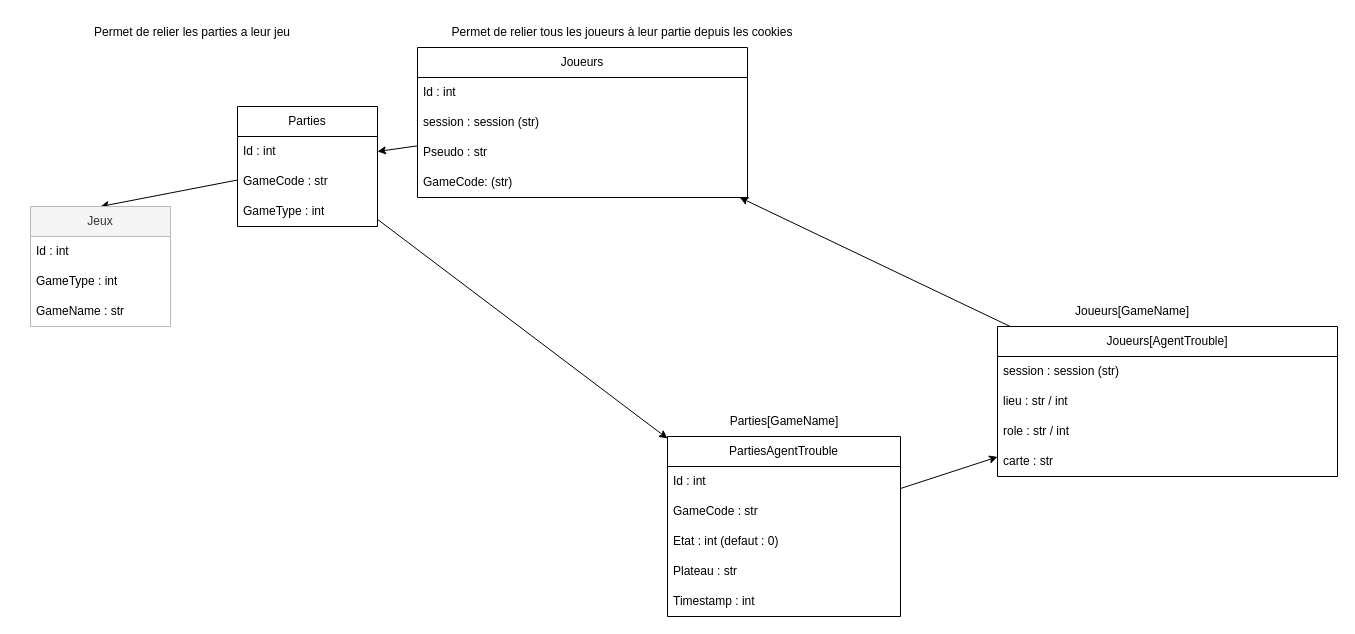
This is static/data/schemas.drawio from LeNonante/GameHub, a draw.io file, before an edit. Source tidied: cells renumbered, new cells numbered last; positions are measured from the earlier drawing's top-left corner, leaving out a move shared by most shapes. Both pictures are drawn from the tidied source at 100%, with x=0, y=0 at pixel (17, 17).
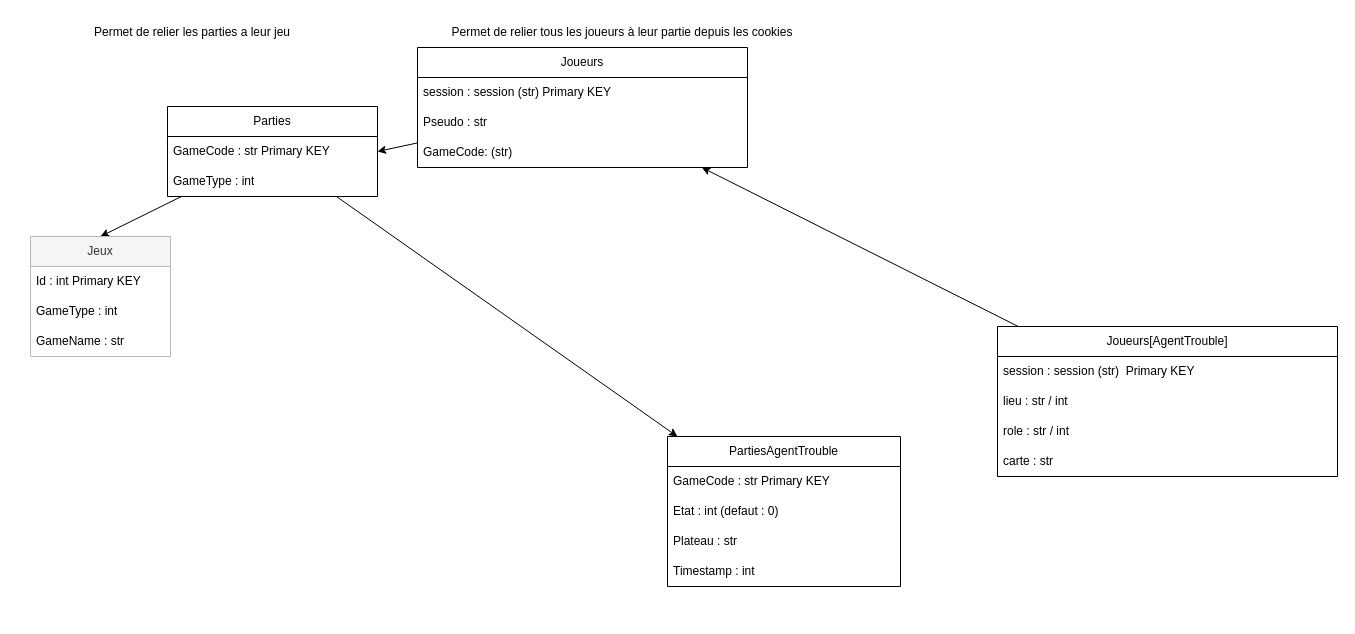
The same diagram, later.

The change refers to these unchanged cells:
```xml
<mxCell id="21" value="Joueurs[AgentTrouble]" style="swimlane;fontStyle=0;horizontal=1;startSize=30;whiteSpace=wrap;html=1;" parent="1" vertex="1">
  <mxGeometry x="980" y="309" width="340" height="150" as="geometry" />
</mxCell>
```

What changed in the source:
```diff
@@
     <mxCell id="4" value="Parties" style="swimlane;fontStyle=0;horizontal=1;startSize=30;whiteSpace=wrap;html=1;" parent="1" vertex="1">
-      <mxGeometry x="220" y="89" width="140" height="120" as="geometry" />
+      <mxGeometry x="150" y="89" width="210" height="90" as="geometry" />
     </mxCell>
-    <mxCell id="5" value="Id : int" style="text;strokeColor=none;fillColor=none;align=left;verticalAlign=middle;spacingLeft=4;spacingRight=4;overflow=hidden;points=[[0,0.5],[1,0.5]];portConstraint=eastwest;whiteSpace=wrap;html=1;" parent="4" vertex="1">
-      <mxGeometry y="30" width="140" height="30" as="geometry" />
-    </mxCell>
-    <mxCell id="6" value="GameCode : str" style="text;strokeColor=none;fillColor=none;align=left;verticalAlign=middle;spacingLeft=4;spacingRight=4;overflow=hidden;whiteSpace=wrap;html=1;" parent="4" vertex="1">
-      <mxGeometry y="60" width="140" height="30" as="geometry" />
+    <mxCell id="6" value="GameCode : str&amp;nbsp;&lt;span style=&quot;color: rgb(0, 0, 0);&quot;&gt;Primary KEY&lt;/span&gt;" style="text;strokeColor=none;fillColor=none;align=left;verticalAlign=middle;spacingLeft=4;spacingRight=4;overflow=hidden;whiteSpace=wrap;html=1;" parent="4" vertex="1">
+      <mxGeometry y="30" width="210" height="30" as="geometry" />
     </mxCell>
     <mxCell id="7" value="GameType : int" style="text;strokeColor=none;fillColor=none;align=left;verticalAlign=middle;spacingLeft=4;spacingRight=4;overflow=hidden;whiteSpace=wrap;html=1;" parent="4" vertex="1">
-      <mxGeometry y="90" width="140" height="30" as="geometry" />
+      <mxGeometry y="60" width="210" height="30" as="geometry" />
     </mxCell>
     <mxCell id="8" value="Jeux" style="swimlane;fontStyle=0;horizontal=1;startSize=30;whiteSpace=wrap;html=1;fillColor=#f5f5f5;fontColor=#333333;strokeColor=light-dark(#b8b8b8, #959595);" parent="1" vertex="1">
-      <mxGeometry x="13" y="189" width="140" height="120" as="geometry" />
+      <mxGeometry x="13" y="219" width="140" height="120" as="geometry" />
     </mxCell>
-    <mxCell id="9" value="Id : int" style="text;strokeColor=none;fillColor=none;align=left;verticalAlign=middle;spacingLeft=4;spacingRight=4;overflow=hidden;whiteSpace=wrap;html=1;" parent="8" vertex="1">
+    <mxCell id="9" value="Id : int&amp;nbsp;&lt;span style=&quot;color: rgb(0, 0, 0);&quot;&gt;Primary KEY&lt;/span&gt;" style="text;strokeColor=none;fillColor=none;align=left;verticalAlign=middle;spacingLeft=4;spacingRight=4;overflow=hidden;whiteSpace=wrap;html=1;" parent="8" vertex="1">
       <mxGeometry y="30" width="140" height="30" as="geometry" />
     </mxCell>
@@
-    <mxCell id="12" style="edgeStyle=none;html=1;" parent="1" edge="1" source="13" target="21">
-      <mxGeometry relative="1" as="geometry" />
-    </mxCell>
     <mxCell id="13" value="PartiesAgentTrouble" style="swimlane;fontStyle=0;horizontal=1;startSize=30;whiteSpace=wrap;html=1;" parent="1" vertex="1">
-      <mxGeometry x="650" y="419" width="233" height="180" as="geometry" />
+      <mxGeometry x="650" y="419" width="233" height="150" as="geometry" />
     </mxCell>
-    <mxCell id="14" value="Id : int" style="text;strokeColor=none;fillColor=none;align=left;verticalAlign=middle;spacingLeft=4;spacingRight=4;overflow=hidden;whiteSpace=wrap;html=1;" parent="13" vertex="1">
-      <mxGeometry y="30" width="233" height="30" as="geometry" />
-    </mxCell>
-    <mxCell id="15" value="GameCode : str" style="text;strokeColor=none;fillColor=none;align=left;verticalAlign=middle;spacingLeft=4;spacingRight=4;overflow=hidden;whiteSpace=wrap;html=1;" parent="13" vertex="1">
-      <mxGeometry y="60" width="233" height="30" as="geometry" />
+    <mxCell id="15" value="GameCode : str&amp;nbsp;&lt;span style=&quot;color: rgb(0, 0, 0);&quot;&gt;Primary KEY&lt;/span&gt;" style="text;strokeColor=none;fillColor=none;align=left;verticalAlign=middle;spacingLeft=4;spacingRight=4;overflow=hidden;whiteSpace=wrap;html=1;" parent="13" vertex="1">
+      <mxGeometry y="30" width="233" height="30" as="geometry" />
     </mxCell>
     <mxCell id="16" value="Etat : int (defaut : 0)" style="text;strokeColor=none;fillColor=none;align=left;verticalAlign=middle;spacingLeft=4;spacingRight=4;overflow=hidden;whiteSpace=wrap;html=1;" parent="13" vertex="1">
-      <mxGeometry y="90" width="233" height="30" as="geometry" />
+      <mxGeometry y="60" width="233" height="30" as="geometry" />
     </mxCell>
     <mxCell id="17" value="Plateau : str" style="text;strokeColor=none;fillColor=none;align=left;verticalAlign=middle;spacingLeft=4;spacingRight=4;overflow=hidden;whiteSpace=wrap;html=1;" parent="13" vertex="1">
-      <mxGeometry y="120" width="233" height="30" as="geometry" />
+      <mxGeometry y="90" width="233" height="30" as="geometry" />
     </mxCell>
     <mxCell id="18" value="Timestamp : int" style="text;strokeColor=none;fillColor=none;align=left;verticalAlign=middle;spacingLeft=4;spacingRight=4;overflow=hidden;whiteSpace=wrap;html=1;" parent="13" vertex="1">
-      <mxGeometry y="150" width="233" height="30" as="geometry" />
+      <mxGeometry y="120" width="233" height="30" as="geometry" />
     </mxCell>
-    <mxCell id="19" value="Parties[GameName]" style="text;html=1;align=center;verticalAlign=middle;whiteSpace=wrap;rounded=0;" parent="1" vertex="1">
-      <mxGeometry x="691.5" y="389" width="150" height="30" as="geometry" />
-    </mxCell>
@@
-    <mxCell id="22" value="session : session (str)" style="text;strokeColor=none;fillColor=none;align=left;verticalAlign=middle;spacingLeft=4;spacingRight=4;overflow=hidden;whiteSpace=wrap;html=1;" parent="21" vertex="1">
+    <mxCell id="22" value="session : session (str)&amp;nbsp;&amp;nbsp;&lt;span style=&quot;color: rgb(0, 0, 0);&quot;&gt;Primary KEY&lt;/span&gt;" style="text;strokeColor=none;fillColor=none;align=left;verticalAlign=middle;spacingLeft=4;spacingRight=4;overflow=hidden;whiteSpace=wrap;html=1;" parent="21" vertex="1">
       <mxGeometry y="30" width="340" height="30" as="geometry" />
     </mxCell>
@@
-    <mxCell id="26" value="Joueurs[GameName]" style="text;html=1;align=center;verticalAlign=middle;whiteSpace=wrap;rounded=0;" parent="1" vertex="1">
-      <mxGeometry x="1040" y="279" width="150" height="30" as="geometry" />
-    </mxCell>
-    <mxCell id="27" style="edgeStyle=none;html=1;entryX=1;entryY=0.5;entryDx=0;entryDy=0;" parent="1" edge="1" source="28" target="5">
-      <mxGeometry relative="1" as="geometry" />
+    <mxCell id="27" style="edgeStyle=none;html=1;entryX=1;entryY=0.5;entryDx=0;entryDy=0;" parent="1" edge="1" source="28">
+      <mxGeometry relative="1" as="geometry">
+        <mxPoint x="360" y="134" as="targetPoint" />
+      </mxGeometry>
     </mxCell>
     <mxCell id="28" value="Joueurs" style="swimlane;fontStyle=0;horizontal=1;startSize=30;whiteSpace=wrap;html=1;" parent="1" vertex="1">
-      <mxGeometry x="400" y="30" width="330" height="150" as="geometry" />
+      <mxGeometry x="400" y="30" width="330" height="120" as="geometry" />
     </mxCell>
-    <mxCell id="29" value="Id : int" style="text;strokeColor=none;fillColor=none;align=left;verticalAlign=middle;spacingLeft=4;spacingRight=4;overflow=hidden;whiteSpace=wrap;html=1;" parent="28" vertex="1">
-      <mxGeometry y="30" width="330" height="30" as="geometry" />
-    </mxCell>
-    <mxCell id="30" value="session : session (str)" style="text;strokeColor=none;fillColor=none;align=left;verticalAlign=middle;spacingLeft=4;spacingRight=4;overflow=hidden;whiteSpace=wrap;html=1;" parent="28" vertex="1">
-      <mxGeometry y="60" width="330" height="30" as="geometry" />
+    <mxCell id="30" value="session : session (str) Primary KEY" style="text;strokeColor=none;fillColor=none;align=left;verticalAlign=middle;spacingLeft=4;spacingRight=4;overflow=hidden;whiteSpace=wrap;html=1;" parent="28" vertex="1">
+      <mxGeometry y="30" width="330" height="30" as="geometry" />
     </mxCell>
     <mxCell id="31" value="Pseudo : str" style="text;strokeColor=none;fillColor=none;align=left;verticalAlign=middle;spacingLeft=4;spacingRight=4;overflow=hidden;whiteSpace=wrap;html=1;" parent="28" vertex="1">
-      <mxGeometry y="90" width="330" height="30" as="geometry" />
+      <mxGeometry y="60" width="330" height="30" as="geometry" />
     </mxCell>
     <mxCell id="32" value="GameCode: (str)" style="text;strokeColor=none;fillColor=none;align=left;verticalAlign=middle;spacingLeft=4;spacingRight=4;overflow=hidden;whiteSpace=wrap;html=1;" parent="28" vertex="1">
-      <mxGeometry y="120" width="330" height="30" as="geometry" />
+      <mxGeometry y="90" width="330" height="30" as="geometry" />
     </mxCell>
```
